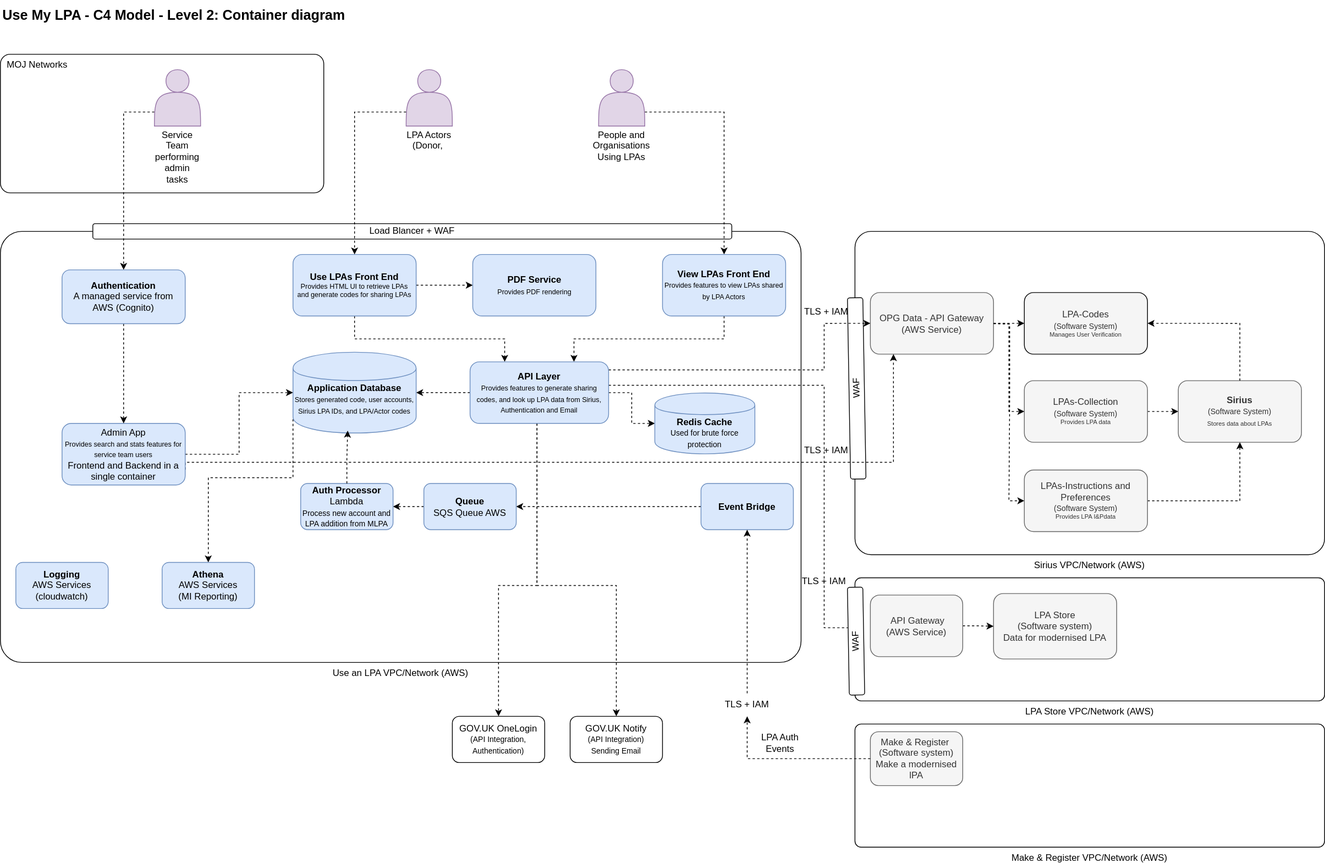
This is docs/diagrams/use-an-lpa-c4-l2.svg from ministryofjustice/opg-use-an-lpa, a draw.io export, as it was before one commit. Source tidied: cells renumbered, new cells last; positions are measured from the earlier drawing's top-left corner, leaving out a move shared by most shapes.
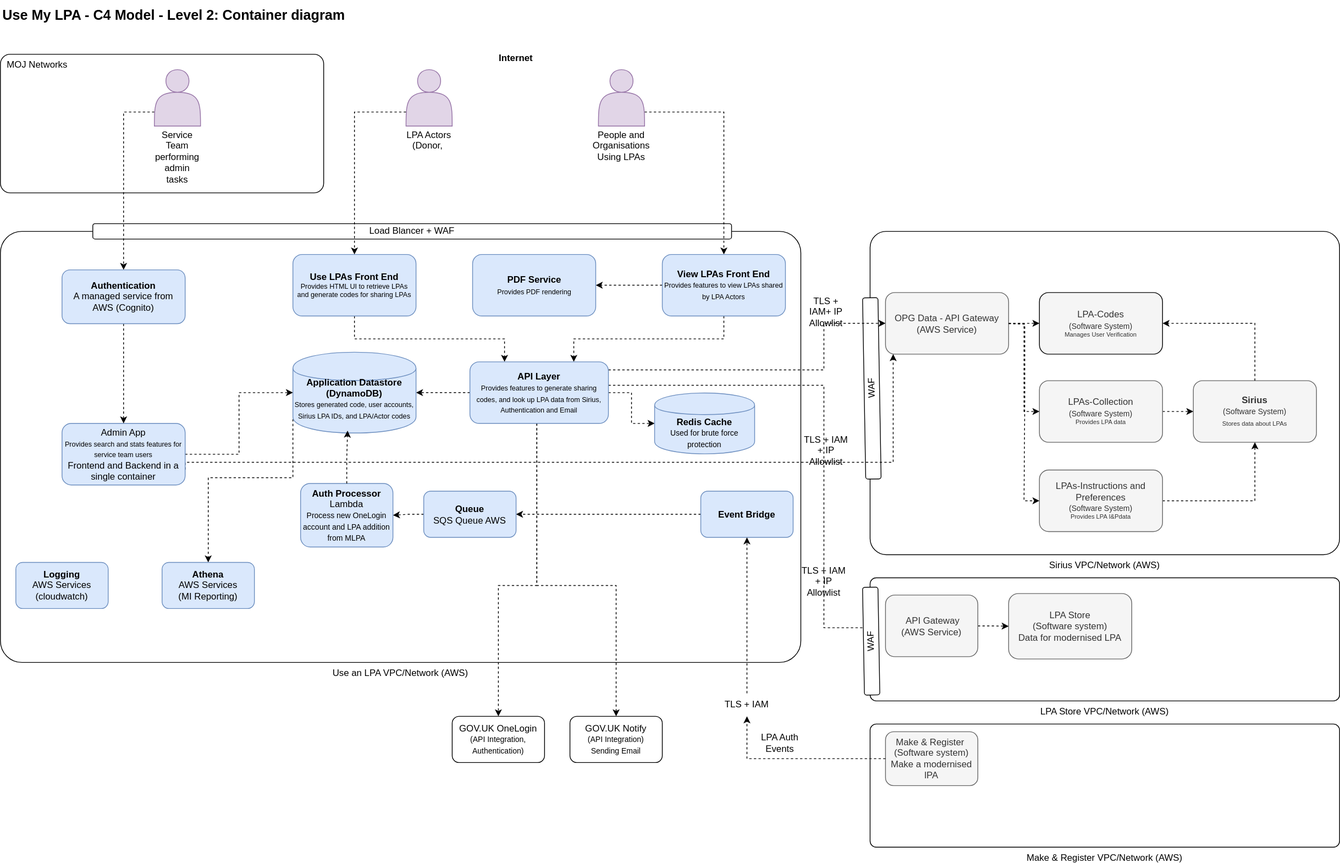
Later version of the same file.

Commit message:
Update diagram based on feedback.

Diff of the diagram source:
```diff
@@ -3,10 +3,10 @@
     <mxCell id="0" />
     <mxCell id="1" parent="0" />
     <mxCell id="2" value="Sirius VPC/Network (AWS)" style="rounded=1;whiteSpace=wrap;html=1;align=center;labelPosition=center;verticalLabelPosition=bottom;verticalAlign=top;arcSize=5;" parent="1" vertex="1">
-      <mxGeometry x="1110" y="300" width="610" height="420" as="geometry" />
+      <mxGeometry x="1130" y="300" width="610" height="420" as="geometry" />
     </mxCell>
     <mxCell id="3" value="WAF" style="rounded=1;whiteSpace=wrap;html=1;rotation=-91;" parent="1" vertex="1">
-      <mxGeometry x="994.5" y="494" width="235.4" height="20" as="geometry" />
+      <mxGeometry x="1014.5" y="494" width="235.4" height="20" as="geometry" />
     </mxCell>
     <mxCell id="4" value="&amp;nbsp; MOJ Networks" style="rounded=1;whiteSpace=wrap;html=1;arcSize=7;align=left;verticalAlign=top;" parent="1" vertex="1">
       <mxGeometry y="70" width="420" height="180" as="geometry" />
@@ -20,9 +20,6 @@
     <mxCell id="7" style="edgeStyle=orthogonalEdgeStyle;rounded=0;html=1;exitX=0.5;exitY=1;exitDx=0;exitDy=0;entryX=0.25;entryY=0;entryDx=0;entryDy=0;dashed=1;endArrow=classic;endFill=1;jettySize=auto;" parent="1" edge="1" source="9" target="26">
       <mxGeometry relative="1" as="geometry" />
     </mxCell>
-    <mxCell id="8" style="edgeStyle=orthogonalEdgeStyle;rounded=0;jettySize=auto;html=1;entryX=0;entryY=0.5;entryDx=0;entryDy=0;dashed=1;" parent="1" edge="1" source="9" target="50">
-      <mxGeometry relative="1" as="geometry" />
-    </mxCell>
     <mxCell id="9" value="&lt;div&gt;&lt;b&gt;Use LPAs Front End&lt;/b&gt;&lt;/div&gt;&lt;div style=&quot;font-size: 9px&quot;&gt;Provides HTML UI to&lt;font style=&quot;font-size: 9px&quot;&gt; retrieve LPAs&lt;/font&gt;&lt;/div&gt;&lt;div style=&quot;font-size: 9px&quot;&gt;&lt;font style=&quot;font-size: 9px&quot;&gt;and generate codes for sharing LPAs&lt;/font&gt;&lt;br&gt;&lt;/div&gt;" style="rounded=1;whiteSpace=wrap;html=1;fillColor=#dae8fc;strokeColor=#6c8ebf;" parent="1" vertex="1">
       <mxGeometry x="380" y="330" width="160" height="80" as="geometry" />
     </mxCell>
@@ -30,10 +27,10 @@
       <mxGeometry relative="1" as="geometry" />
     </mxCell>
     <mxCell id="11" value="&lt;div&gt;&lt;b&gt;Sirius&lt;/b&gt;&lt;/div&gt;&lt;div&gt;&lt;font style=&quot;font-size: 10px&quot;&gt;(Software System)&lt;/font&gt;&lt;/div&gt;&lt;div&gt;&lt;font style=&quot;font-size: 8px&quot;&gt;Stores data about LPAs&lt;/font&gt;&lt;br&gt;&lt;/div&gt;" style="rounded=1;whiteSpace=wrap;html=1;fillColor=#f5f5f5;strokeColor=#666666;fontColor=#333333;" parent="1" vertex="1">
-      <mxGeometry x="1530" y="494" width="160" height="80" as="geometry" />
+      <mxGeometry x="1550" y="494" width="160" height="80" as="geometry" />
     </mxCell>
     <mxCell id="12" value="&lt;div&gt;OPG Data - API Gateway&lt;/div&gt;&lt;div&gt;(AWS Service)&lt;br&gt;&lt;/div&gt;" style="rounded=1;whiteSpace=wrap;html=1;fillColor=#f5f5f5;strokeColor=#666666;fontColor=#333333;" parent="1" vertex="1">
-      <mxGeometry x="1130" y="379.5" width="160" height="80" as="geometry" />
+      <mxGeometry x="1150" y="379.5" width="160" height="80" as="geometry" />
     </mxCell>
     <mxCell id="13" value="&lt;div&gt;LPA Actors (Donor,&amp;nbsp;&lt;/div&gt;" style="shape=actor;whiteSpace=wrap;html=1;spacing=0;labelPosition=center;verticalLabelPosition=bottom;align=center;verticalAlign=top;fillColor=#e1d5e7;strokeColor=#9673a6;" parent="1" vertex="1">
       <mxGeometry x="527" y="90" width="60" height="73.3" as="geometry" />
@@ -53,6 +50,9 @@
     <mxCell id="18" style="edgeStyle=orthogonalEdgeStyle;rounded=0;html=1;exitX=0.5;exitY=1;exitDx=0;exitDy=0;entryX=0.75;entryY=0;entryDx=0;entryDy=0;dashed=1;endArrow=classic;endFill=1;jettySize=auto;" parent="1" edge="1" source="19" target="26">
       <mxGeometry relative="1" as="geometry" />
     </mxCell>
+    <mxCell id="71" style="edgeStyle=orthogonalEdgeStyle;rounded=0;jettySize=auto;html=1;dashed=1;" parent="1" edge="1" source="19" target="50">
+      <mxGeometry relative="1" as="geometry" />
+    </mxCell>
     <mxCell id="19" value="&lt;div&gt;&lt;b&gt;View LPAs Front End&lt;/b&gt;&lt;/div&gt;&lt;font style=&quot;font-size: 9px&quot;&gt;Provides features to view LPAs shared by LPA Actors&lt;/font&gt;" style="rounded=1;whiteSpace=wrap;html=1;fillColor=#dae8fc;strokeColor=#6c8ebf;" parent="1" vertex="1">
       <mxGeometry x="860" y="330" width="160" height="80" as="geometry" />
     </mxCell>
@@ -105,17 +105,17 @@
         </Array>
       </mxGeometry>
     </mxCell>
-    <mxCell id="28" value="&lt;div&gt;&lt;b&gt;Application Database&lt;/b&gt;&lt;/div&gt;&lt;div&gt;&lt;font style=&quot;font-size: 9px&quot;&gt;Stores generated code, user accounts, Sirius LPA IDs, and LPA/Actor codes&lt;/font&gt;&lt;br&gt;&lt;/div&gt;&lt;div&gt;&lt;br&gt;&lt;/div&gt;" style="shape=cylinder;whiteSpace=wrap;html=1;boundedLbl=1;backgroundOutline=1;align=center;fillColor=#dae8fc;strokeColor=#6c8ebf;" parent="1" vertex="1">
+    <mxCell id="28" value="&lt;div&gt;&lt;b&gt;Application Datastore (DynamoDB)&lt;/b&gt;&lt;/div&gt;&lt;div&gt;&lt;font style=&quot;font-size: 9px&quot;&gt;Stores generated code, user accounts, Sirius LPA IDs, and LPA/Actor codes&lt;/font&gt;&lt;br&gt;&lt;/div&gt;&lt;div&gt;&lt;br&gt;&lt;/div&gt;" style="shape=cylinder;whiteSpace=wrap;html=1;boundedLbl=1;backgroundOutline=1;align=center;fillColor=#dae8fc;strokeColor=#6c8ebf;" parent="1" vertex="1">
       <mxGeometry x="380" y="457" width="160" height="105" as="geometry" />
     </mxCell>
     <mxCell id="29" value="&lt;div&gt;LPA-Codes&lt;/div&gt;&lt;div&gt;&lt;font style=&quot;font-size: 10px&quot;&gt;(Software System)&lt;/font&gt;&lt;/div&gt;&lt;div style=&quot;font-size: 8px&quot;&gt;Manages User Verification&lt;br&gt;&lt;/div&gt;" style="rounded=1;whiteSpace=wrap;html=1;fillColor=#f5f5f5;strokeColor=#000000;fontColor=#333333;strokeWidth=1;" parent="1" vertex="1">
-      <mxGeometry x="1330" y="379.5" width="160" height="80" as="geometry" />
+      <mxGeometry x="1350" y="379.5" width="160" height="80" as="geometry" />
     </mxCell>
     <mxCell id="30" style="edgeStyle=orthogonalEdgeStyle;rounded=0;html=1;dashed=1;endArrow=classic;endFill=1;jettySize=auto;exitX=1;exitY=0.5;exitDx=0;exitDy=0;entryX=0;entryY=0.5;entryDx=0;entryDy=0;" parent="1" edge="1" source="12" target="29">
       <mxGeometry relative="1" as="geometry" />
     </mxCell>
     <mxCell id="31" value="&lt;div&gt;LPAs-Collection&lt;/div&gt;&lt;div&gt;&lt;font style=&quot;font-size: 10px&quot;&gt;(Software System)&lt;/font&gt;&lt;/div&gt;&lt;div style=&quot;font-size: 8px&quot;&gt;Provides LPA data&lt;br&gt;&lt;/div&gt;" style="rounded=1;whiteSpace=wrap;html=1;fillColor=#f5f5f5;strokeColor=#666666;fontColor=#333333;" parent="1" vertex="1">
-      <mxGeometry x="1330" y="494" width="160" height="80" as="geometry" />
+      <mxGeometry x="1350" y="494" width="160" height="80" as="geometry" />
     </mxCell>
     <mxCell id="32" style="edgeStyle=orthogonalEdgeStyle;rounded=0;html=1;dashed=1;endArrow=classic;endFill=1;jettySize=auto;exitX=1;exitY=0.5;exitDx=0;exitDy=0;entryX=0;entryY=0.5;entryDx=0;entryDy=0;" parent="1" edge="1" source="12" target="31">
       <mxGeometry relative="1" as="geometry" />
@@ -160,17 +160,17 @@
       <mxGeometry relative="1" as="geometry" />
     </mxCell>
     <mxCell id="43" value="&lt;div&gt;LPAs-Instructions and Preferences&lt;/div&gt;&lt;div&gt;&lt;font style=&quot;font-size: 10px&quot;&gt;(Software System)&lt;/font&gt;&lt;/div&gt;&lt;div style=&quot;font-size: 8px&quot;&gt;Provides LPA I&amp;amp;Pdata&lt;br&gt;&lt;/div&gt;" style="rounded=1;whiteSpace=wrap;html=1;fillColor=#f5f5f5;strokeColor=#666666;fontColor=#333333;" parent="1" vertex="1">
-      <mxGeometry x="1330" y="610" width="160" height="80" as="geometry" />
+      <mxGeometry x="1350" y="610" width="160" height="80" as="geometry" />
     </mxCell>
     <mxCell id="44" style="edgeStyle=orthogonalEdgeStyle;rounded=0;html=1;dashed=1;endArrow=classic;endFill=1;jettySize=auto;entryX=0;entryY=0.5;entryDx=0;entryDy=0;" parent="1" edge="1" target="43">
       <mxGeometry relative="1" as="geometry">
-        <mxPoint x="1290" y="420" as="sourcePoint" />
+        <mxPoint x="1310" y="420" as="sourcePoint" />
       </mxGeometry>
     </mxCell>
-    <mxCell id="45" value="TLS + IAM" style="text;html=1;strokeColor=none;fillColor=none;align=center;verticalAlign=middle;whiteSpace=wrap;rounded=0;" parent="1" vertex="1">
+    <mxCell id="45" value="TLS + IAM+ IP Allowlist" style="text;html=1;strokeColor=none;fillColor=none;align=center;verticalAlign=middle;whiteSpace=wrap;rounded=0;" parent="1" vertex="1">
       <mxGeometry x="1043" y="390" width="60" height="30" as="geometry" />
     </mxCell>
-    <mxCell id="46" value="TLS + IAM" style="text;html=1;strokeColor=none;fillColor=none;align=center;verticalAlign=middle;whiteSpace=wrap;rounded=0;" parent="1" vertex="1">
+    <mxCell id="46" value="TLS + IAM + IP Allowlist" style="text;html=1;strokeColor=none;fillColor=none;align=center;verticalAlign=middle;whiteSpace=wrap;rounded=0;" parent="1" vertex="1">
       <mxGeometry x="1043" y="570" width="60" height="30" as="geometry" />
     </mxCell>
     <mxCell id="47" value="GOV.UK OneLogin&lt;br&gt;&lt;font style=&quot;font-size: 10px;&quot;&gt;(API Integration, Authentication)&lt;/font&gt;" style="rounded=1;whiteSpace=wrap;html=1;" parent="1" vertex="1">
@@ -189,22 +189,22 @@
       <mxGeometry relative="1" as="geometry" />
     </mxCell>
     <mxCell id="52" value="&lt;b&gt;Event Bridge&lt;/b&gt;" style="rounded=1;whiteSpace=wrap;html=1;fillColor=#dae8fc;strokeColor=#6c8ebf;" parent="1" vertex="1">
-      <mxGeometry x="910" y="627.5" width="120" height="60" as="geometry" />
+      <mxGeometry x="910" y="637.5" width="120" height="60" as="geometry" />
     </mxCell>
     <mxCell id="53" style="edgeStyle=orthogonalEdgeStyle;rounded=0;jettySize=auto;html=1;dashed=1;" parent="1" edge="1" source="54" target="55">
       <mxGeometry relative="1" as="geometry" />
     </mxCell>
     <mxCell id="54" value="&lt;b&gt;Queue&lt;/b&gt;&lt;br&gt;SQS Queue AWS" style="rounded=1;whiteSpace=wrap;html=1;fillColor=#dae8fc;strokeColor=#6c8ebf;" parent="1" vertex="1">
-      <mxGeometry x="550" y="627.5" width="120" height="60" as="geometry" />
+      <mxGeometry x="550" y="637.5" width="120" height="60" as="geometry" />
     </mxCell>
-    <mxCell id="55" value="&lt;b&gt;Auth Processor&lt;/b&gt;&lt;br&gt;Lambda&lt;br&gt;&lt;font size=&quot;1&quot;&gt;Process new account and LPA addition from MLPA&lt;/font&gt;" style="rounded=1;whiteSpace=wrap;html=1;fillColor=#dae8fc;strokeColor=#6c8ebf;" parent="1" vertex="1">
-      <mxGeometry x="390" y="627.5" width="120" height="60" as="geometry" />
+    <mxCell id="55" value="&lt;b&gt;Auth Processor&lt;/b&gt;&lt;br&gt;Lambda&lt;br&gt;&lt;font size=&quot;1&quot;&gt;Process new OneLogin account and LPA addition from MLPA&lt;/font&gt;" style="rounded=1;whiteSpace=wrap;html=1;fillColor=#dae8fc;strokeColor=#6c8ebf;" parent="1" vertex="1">
+      <mxGeometry x="390" y="627.5" width="120" height="82.5" as="geometry" />
     </mxCell>
     <mxCell id="56" style="edgeStyle=orthogonalEdgeStyle;rounded=0;jettySize=auto;html=1;entryX=0.444;entryY=0.971;entryDx=0;entryDy=0;entryPerimeter=0;dashed=1;" parent="1" edge="1" source="55" target="28">
       <mxGeometry relative="1" as="geometry" />
     </mxCell>
     <mxCell id="57" value="Make &amp;amp; Register VPC/Network (AWS)" style="rounded=1;whiteSpace=wrap;html=1;align=center;labelPosition=center;verticalLabelPosition=bottom;verticalAlign=top;arcSize=5;" parent="1" vertex="1">
-      <mxGeometry x="1110" y="940" width="610" height="160" as="geometry" />
+      <mxGeometry x="1130" y="940" width="610" height="160" as="geometry" />
     </mxCell>
     <mxCell id="58" style="edgeStyle=orthogonalEdgeStyle;rounded=0;orthogonalLoop=1;jettySize=auto;html=1;exitX=0.5;exitY=1;exitDx=0;exitDy=0;" parent="1" edge="1" source="57" target="57">
       <mxGeometry relative="1" as="geometry" />
@@ -213,27 +213,27 @@
       <mxGeometry relative="1" as="geometry" />
     </mxCell>
     <mxCell id="60" value="Make &amp;amp; Register&amp;nbsp;&lt;br&gt;(Software system)&lt;br&gt;Make a modernised lPA" style="rounded=1;whiteSpace=wrap;html=1;fillColor=#f5f5f5;strokeColor=#666666;fontColor=#333333;" parent="1" vertex="1">
-      <mxGeometry x="1130" y="950" width="120" height="70" as="geometry" />
+      <mxGeometry x="1150" y="950" width="120" height="70" as="geometry" />
     </mxCell>
     <mxCell id="61" value="LPA Store VPC/Network (AWS)" style="rounded=1;whiteSpace=wrap;html=1;align=center;labelPosition=center;verticalLabelPosition=bottom;verticalAlign=top;arcSize=5;" parent="1" vertex="1">
-      <mxGeometry x="1110" y="750" width="610" height="160" as="geometry" />
+      <mxGeometry x="1130" y="750" width="610" height="160" as="geometry" />
     </mxCell>
     <mxCell id="62" value="LPA Store&lt;br&gt;(Software system)&lt;br&gt;Data for modernised LPA" style="rounded=1;whiteSpace=wrap;html=1;fillColor=#f5f5f5;strokeColor=#666666;fontColor=#333333;" parent="1" vertex="1">
-      <mxGeometry x="1290" y="770.5" width="160" height="85" as="geometry" />
+      <mxGeometry x="1310" y="770.5" width="160" height="85" as="geometry" />
     </mxCell>
     <mxCell id="63" value="WAF" style="rounded=1;whiteSpace=wrap;html=1;rotation=-91;" parent="1" vertex="1">
-      <mxGeometry x="1041.4" y="822.3" width="140" height="20" as="geometry" />
+      <mxGeometry x="1061.4" y="822.3" width="140" height="20" as="geometry" />
     </mxCell>
     <mxCell id="64" style="edgeStyle=orthogonalEdgeStyle;rounded=0;jettySize=auto;html=1;dashed=1;" parent="1" edge="1" source="65" target="62">
       <mxGeometry relative="1" as="geometry" />
     </mxCell>
     <mxCell id="65" value="&lt;div&gt;&amp;nbsp;API Gateway&lt;/div&gt;&lt;div&gt;(AWS Service)&lt;br&gt;&lt;/div&gt;" style="rounded=1;whiteSpace=wrap;html=1;fillColor=#f5f5f5;strokeColor=#666666;fontColor=#333333;" parent="1" vertex="1">
-      <mxGeometry x="1130" y="772.5" width="120" height="80" as="geometry" />
+      <mxGeometry x="1150" y="772.5" width="120" height="80" as="geometry" />
     </mxCell>
     <mxCell id="66" value="LPA Auth Events" style="text;html=1;align=center;verticalAlign=middle;whiteSpace=wrap;rounded=0;" parent="1" vertex="1">
       <mxGeometry x="983" y="950" width="60" height="30" as="geometry" />
     </mxCell>
-    <mxCell id="67" value="TLS + IAM" style="text;html=1;strokeColor=none;fillColor=none;align=center;verticalAlign=middle;whiteSpace=wrap;rounded=0;" parent="1" vertex="1">
+    <mxCell id="67" value="TLS + IAM + IP Allowlist" style="text;html=1;strokeColor=none;fillColor=none;align=center;verticalAlign=middle;whiteSpace=wrap;rounded=0;" parent="1" vertex="1">
       <mxGeometry x="1040" y="740" width="60" height="30" as="geometry" />
     </mxCell>
     <mxCell id="68" style="edgeStyle=orthogonalEdgeStyle;rounded=0;jettySize=auto;html=1;entryX=0.5;entryY=1;entryDx=0;entryDy=0;dashed=1;" parent="1" edge="1" source="60" target="69">
@@ -245,5 +245,8 @@
     <mxCell id="70" value="&lt;div&gt;&lt;b&gt;Athena&lt;/b&gt;&lt;br&gt;AWS Services&lt;/div&gt;&lt;div&gt;(MI Reporting)&lt;br&gt;&lt;/div&gt;" style="rounded=1;whiteSpace=wrap;html=1;fillColor=#dae8fc;strokeColor=#6c8ebf;" parent="1" vertex="1">
       <mxGeometry x="210" y="730" width="120" height="60" as="geometry" />
     </mxCell>
+    <mxCell id="72" value="Internet" style="text;html=1;align=center;verticalAlign=middle;whiteSpace=wrap;rounded=0;fontStyle=1;" parent="1" vertex="1">
+      <mxGeometry x="640" y="60" width="60" height="30" as="geometry" />
+    </mxCell>
   </root>
 </mxGraphModel>
```
